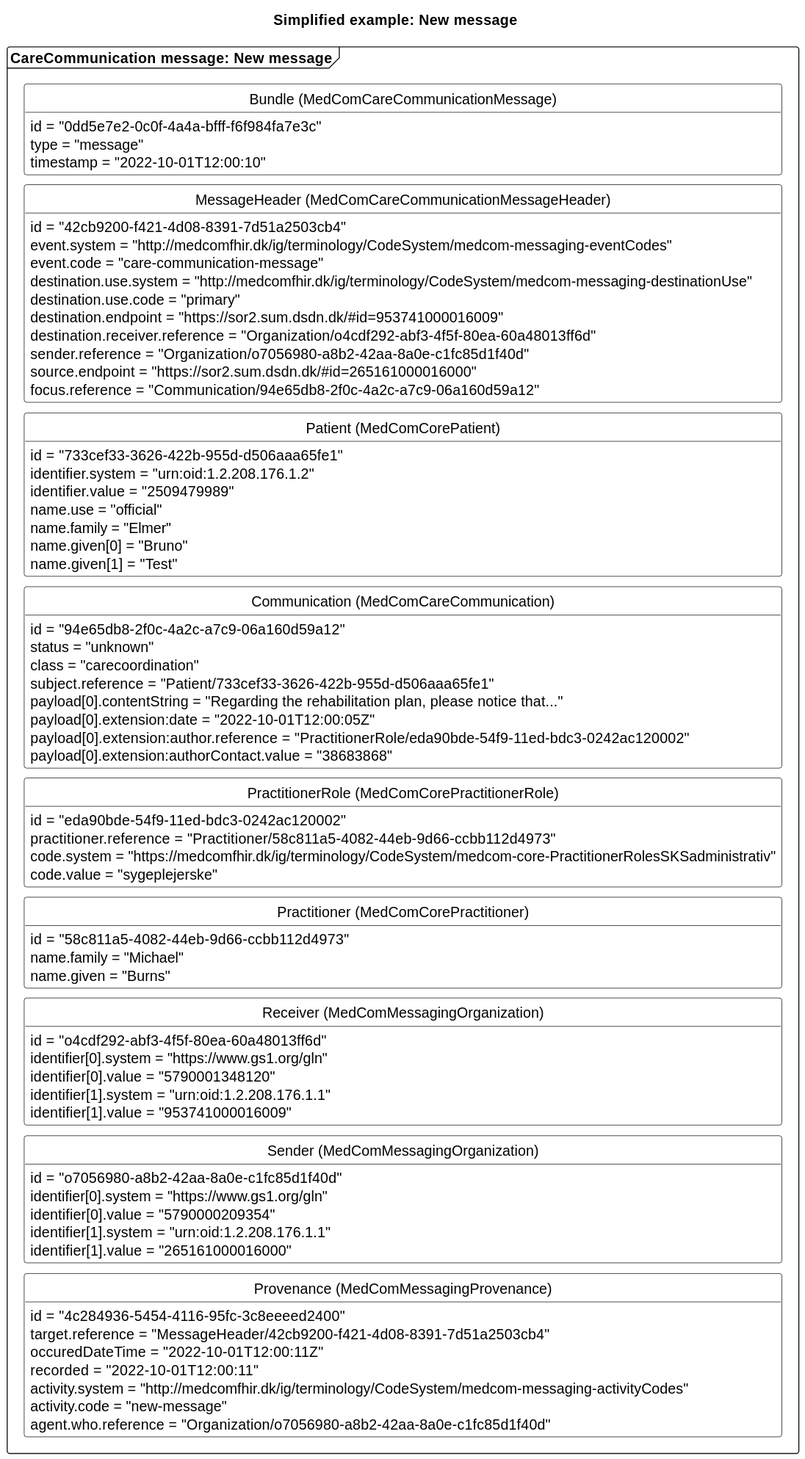
Above: input/images/carecommunication/CCNewMessage.svg in medcomdk/dk-medcom-carecommunication (PlantUML), before the change.
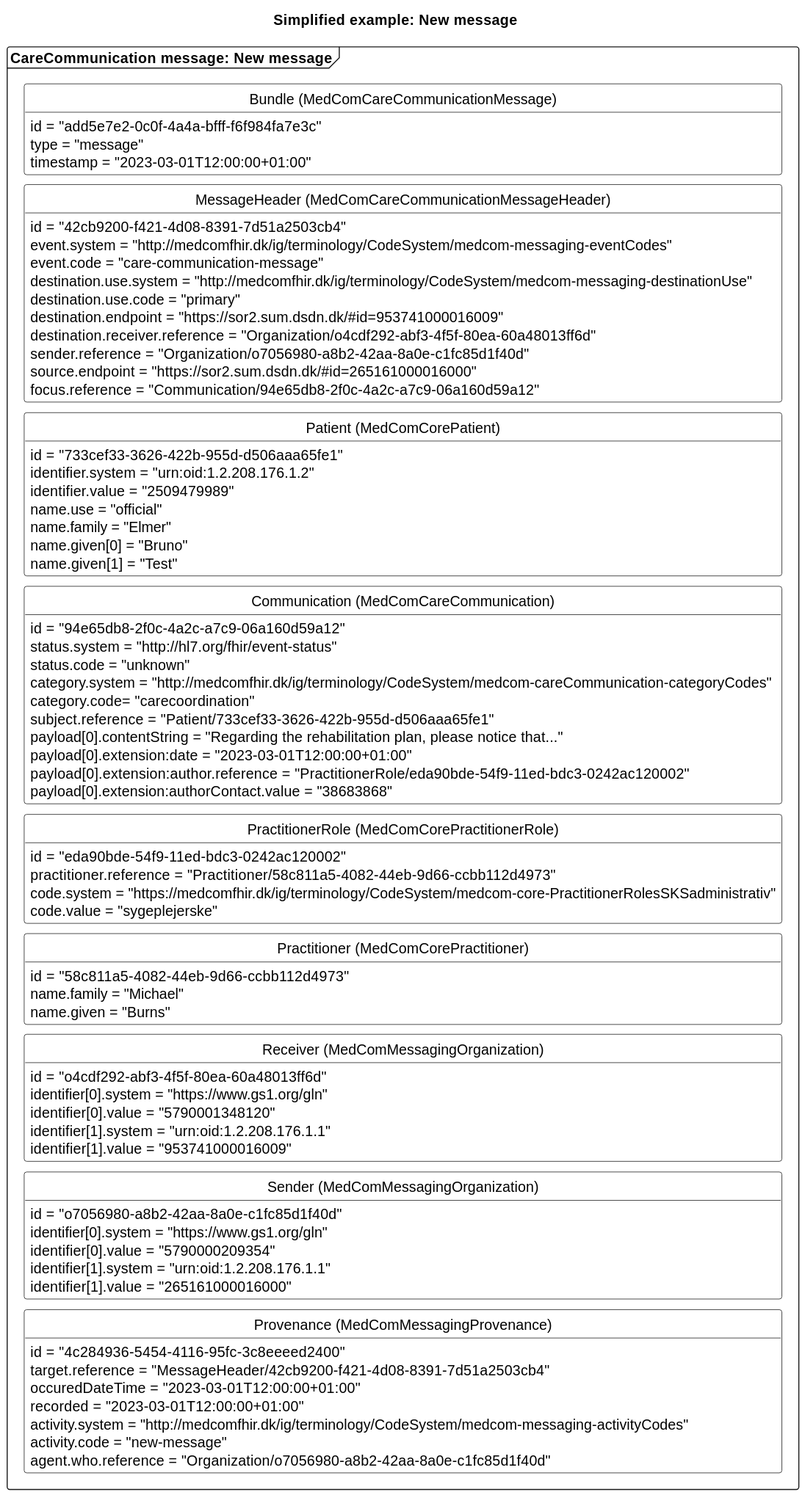
Above is the later version.

What changed in the source:
```diff
@@ -15,9 +15,9 @@
 
 package "CareCommunication message: New message" as new <<Frame>>{
     class "Bundle (MedComCareCommunicationMessage)" as newB {
-        id = "0dd5e7e2-0c0f-4a4a-bfff-f6f984fa7e3c"
+        id = "add5e7e2-0c0f-4a4a-bfff-f6f984fa7e3c"
         type = "message"
-        timestamp = "2022-10-01T12:00:10"
+        timestamp = "2023-03-01T12:00:00+01:00"
     }
     class "MessageHeader (MedComCareCommunicationMessageHeader)" as newMH{
         id = "42cb9200-f421-4d08-8391-7d51a2503cb4"
@@ -42,11 +42,13 @@
     }
     class "Communication (MedComCareCommunication)" as newCom{
         id = "94e65db8-2f0c-4a2c-a7c9-06a160d59a12"
-        status = "unknown"
-        class = "carecoordination"
+        status.system = "http://hl7.org/fhir/event-status"
+        status.code = "unknown"
+        category.system = "http://medcomfhir.dk/ig/terminology/CodeSystem/medcom-careCommunication-categoryCodes"
+        category.code= "carecoordination"
         subject.reference = "Patient/733cef33-3626-422b-955d-d506aaa65fe1"
         payload[0].contentString = "Regarding the rehabilitation plan, please notice that..."
-        payload[0].extension:date = "2022-10-01T12:00:05Z"
+        payload[0].extension:date = "2023-03-01T12:00:00+01:00"
         payload[0].extension:author.reference = "PractitionerRole/eda90bde-54f9-11ed-bdc3-0242ac120002"
         payload[0].extension:authorContact.value = "38683868"
     }
@@ -78,8 +80,8 @@
     class "Provenance (MedComMessagingProvenance)" as newPRO{
         id = "4c284936-5454-4116-95fc-3c8eeeed2400"
         target.reference = "MessageHeader/42cb9200-f421-4d08-8391-7d51a2503cb4"
-        occuredDateTime = "2022-10-01T12:00:11Z"
-        recorded = "2022-10-01T12:00:11"
+        occuredDateTime = "2023-03-01T12:00:00+01:00"
+        recorded = "2023-03-01T12:00:00+01:00"
         activity.system = "http://medcomfhir.dk/ig/terminology/CodeSystem/medcom-messaging-activityCodes"
         activity.code = "new-message"
         agent.who.reference = "Organization/o7056980-a8b2-42aa-8a0e-c1fc85d1f40d"
```
